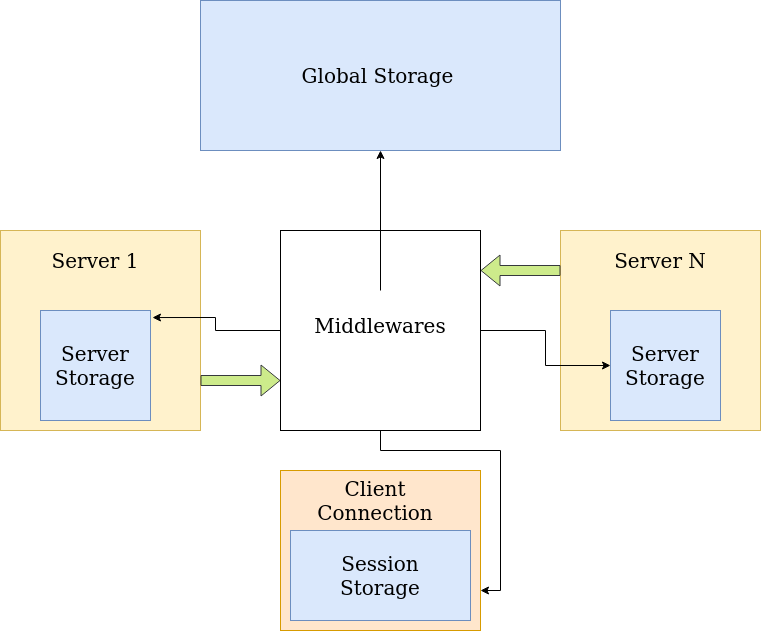
idewave/idewavecore keeps this draw.io diagram as docs/wiki/images/flow.png. Above is the earlier version. Source tidied: cells renumbered, new cells last; positions are measured from the earlier drawing's top-left corner, leaving out a move shared by most shapes.
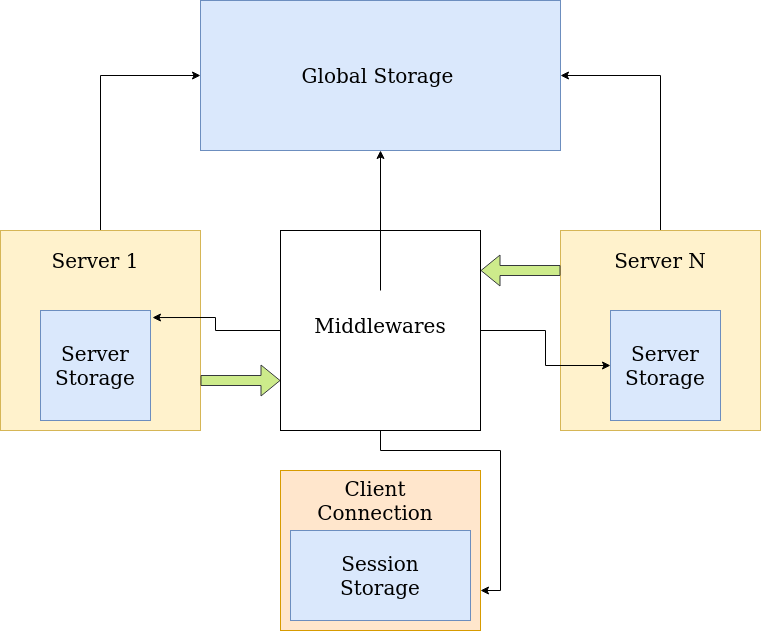
Later version of the same file.

Commit message:
Updated image for wiki page

Diff of the diagram source:
```diff
@@ -2,6 +2,9 @@
   <root>
     <mxCell id="0" />
     <mxCell id="1" parent="0" />
+    <mxCell id="24" style="edgeStyle=orthogonalEdgeStyle;rounded=0;jettySize=auto;html=1;entryX=0;entryY=0.5;entryDx=0;entryDy=0;fontFamily=Helvetica;fontSize=20;" parent="1" edge="1" source="2" target="6">
+      <mxGeometry relative="1" as="geometry" />
+    </mxCell>
     <mxCell id="2" style="whiteSpace=wrap;html=1;fillColor=#fff2cc;strokeColor=#d6b656;" parent="1" vertex="1">
       <mxGeometry y="230" width="200" height="200" as="geometry" />
     </mxCell>
@@ -20,6 +23,9 @@
     <mxCell id="7" value="Global Storage" style="text;html=1;strokeColor=none;fillColor=none;align=center;verticalAlign=middle;whiteSpace=wrap;rounded=0;fontFamily=Helvetica;fontSize=20;" parent="1" vertex="1">
       <mxGeometry x="225" y="20" width="305" height="110" as="geometry" />
     </mxCell>
+    <mxCell id="25" style="edgeStyle=orthogonalEdgeStyle;rounded=0;jettySize=auto;html=1;entryX=1;entryY=0.5;entryDx=0;entryDy=0;fontFamily=Helvetica;fontSize=20;" parent="1" edge="1" source="8" target="6">
+      <mxGeometry relative="1" as="geometry" />
+    </mxCell>
     <mxCell id="8" style="whiteSpace=wrap;html=1;fillColor=#fff2cc;strokeColor=#d6b656;" parent="1" vertex="1">
       <mxGeometry x="560" y="230" width="200" height="200" as="geometry" />
     </mxCell>
```
